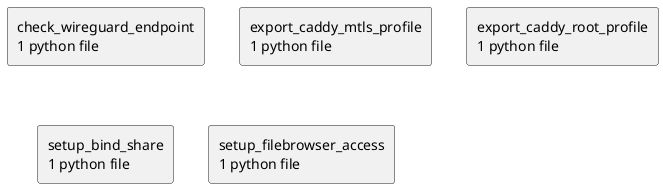
Above: docs/diagrams/python-packages.puml.png in casonk/snowbridge (PlantUML), before the change.
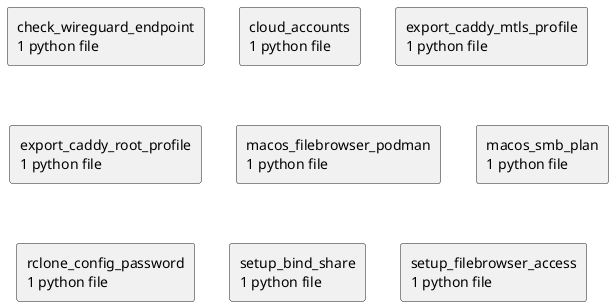
After the change.

Change to the diagram source:
```diff
@@ -3,8 +3,12 @@
 top to bottom direction
 skinparam componentStyle rectangle
 rectangle "check_wireguard_endpoint\n1 python file" as check_wireguard_endpoint
+rectangle "cloud_accounts\n1 python file" as cloud_accounts
 rectangle "export_caddy_mtls_profile\n1 python file" as export_caddy_mtls_profile
 rectangle "export_caddy_root_profile\n1 python file" as export_caddy_root_profile
+rectangle "macos_filebrowser_podman\n1 python file" as macos_filebrowser_podman
+rectangle "macos_smb_plan\n1 python file" as macos_smb_plan
+rectangle "rclone_config_password\n1 python file" as rclone_config_password
 rectangle "setup_bind_share\n1 python file" as setup_bind_share
 rectangle "setup_filebrowser_access\n1 python file" as setup_filebrowser_access
 @enduml
```
